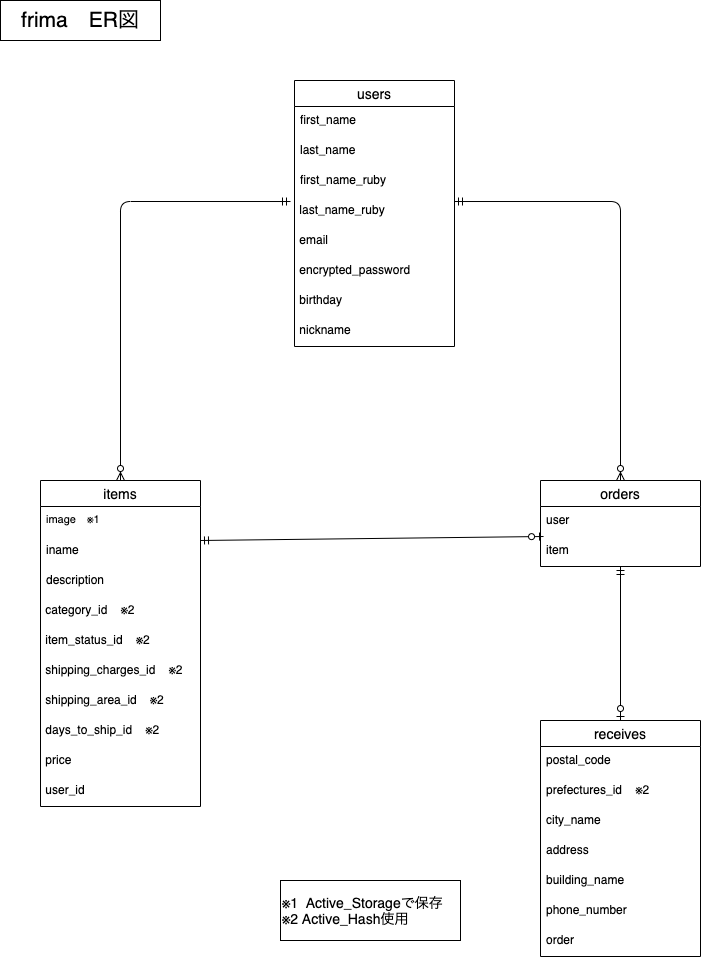
The draw.io diagram furima.drawio.png in shimon3104/furima-31105, before a commit. Source tidied: cells renumbered, new cells last; positions are measured from the earlier drawing's top-left corner, leaving out a move shared by most shapes.
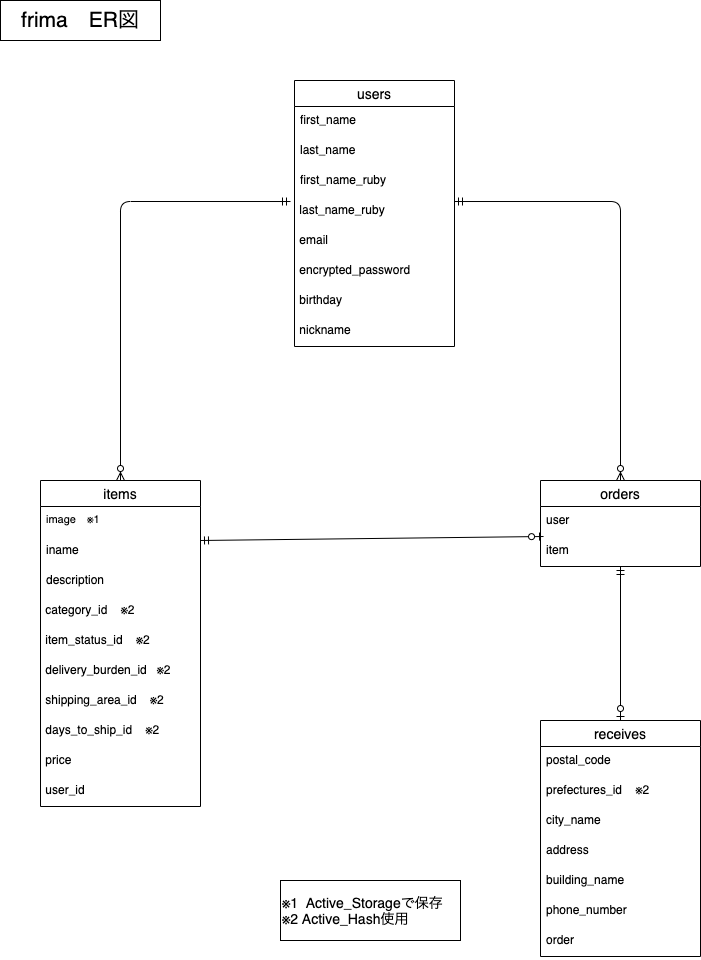
Later version of the same file.

What changed in the source:
```diff
@@ -68,7 +68,7 @@
     <mxCell id="23" value=" item_status_id    ※2" style="text;" parent="18" vertex="1">
       <mxGeometry y="146" width="160" height="30" as="geometry" />
     </mxCell>
-    <mxCell id="24" value=" shipping_charges_id    ※2" style="text;" parent="18" vertex="1">
+    <mxCell id="24" value=" delivery_burden_id   ※2" style="text;" parent="18" vertex="1">
       <mxGeometry y="176" width="160" height="30" as="geometry" />
     </mxCell>
     <mxCell id="25" value=" shipping_area_id    ※2" style="text;" parent="18" vertex="1">
```
